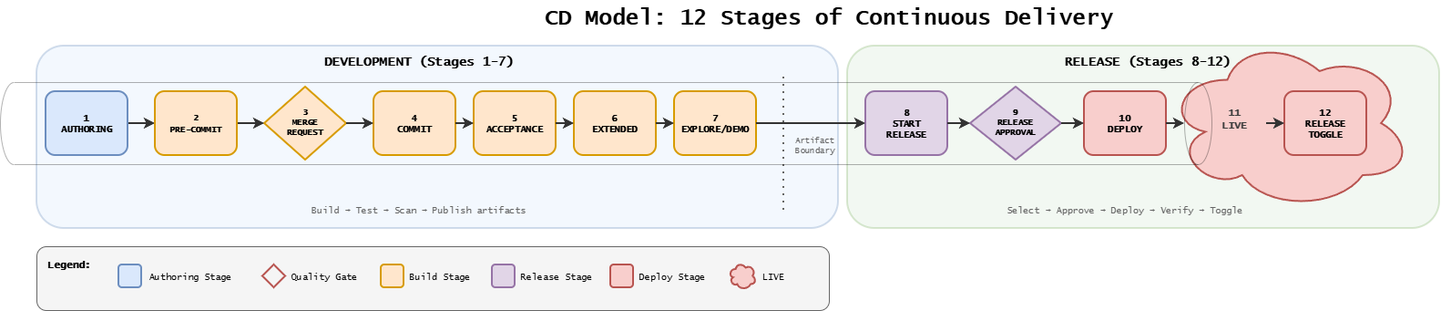
The draw.io diagram docs/assets/assisted/01-cd-model-12-stages.drawio.png in ready-to-release/eac, before a commit. Source tidied: cells renumbered, new cells last; positions are measured from the earlier drawing's top-left corner, leaving out a move shared by most shapes.
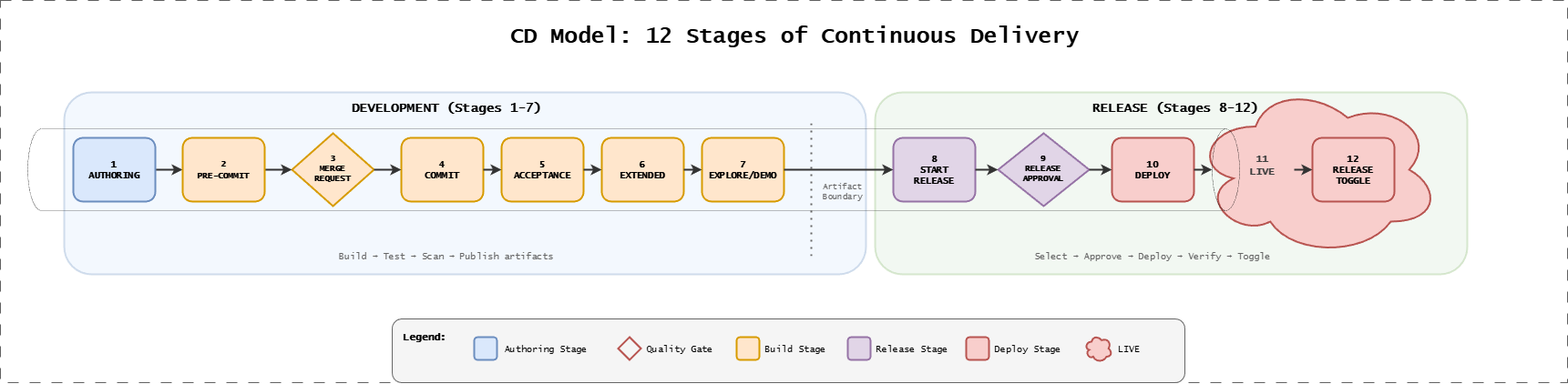
After the change.

Diff of the diagram source:
```diff
@@ -9,7 +9,7 @@
       <mxGeometry x="1280" y="40" width="270" height="190" as="geometry" />
     </mxCell>
     <mxCell id="4" value="CD Model: 12 Stages of Continuous Delivery" style="text;html=1;strokeColor=none;fillColor=none;align=center;verticalAlign=middle;whiteSpace=wrap;rounded=0;fontFamily=Lucida Console;fontStyle=1;fontSize=24;" parent="1" vertex="1">
-      <mxGeometry x="510" width="800" height="40" as="geometry" />
+      <mxGeometry x="442.5" y="-31" width="800" height="40" as="geometry" />
     </mxCell>
     <mxCell id="5" style="rounded=1;whiteSpace=wrap;html=1;fillColor=#dae8fc;strokeColor=#6c8ebf;strokeWidth=2;opacity=30;" parent="1" vertex="1">
       <mxGeometry x="40" y="50" width="880" height="200" as="geometry" />
@@ -122,12 +122,6 @@
         <mxPoint x="1410" y="135" as="targetPoint" />
       </mxGeometry>
     </mxCell>
-    <mxCell id="30" style="rounded=1;whiteSpace=wrap;html=1;fillColor=#f5f5f5;strokeColor=#666666;strokeWidth=1;" parent="1" vertex="1">
-      <mxGeometry x="40" y="270" width="870" height="70" as="geometry" />
-    </mxCell>
-    <mxCell id="31" value="Legend:" style="text;html=1;strokeColor=none;fillColor=none;align=left;verticalAlign=middle;whiteSpace=wrap;rounded=0;fontFamily=Lucida Console;fontStyle=1;fontSize=11;" parent="1" vertex="1">
-      <mxGeometry x="50" y="280" width="60" height="20" as="geometry" />
-    </mxCell>
     <mxCell id="32" value="Build → Test → Scan → Publish artifacts" style="text;html=1;strokeColor=none;fillColor=none;align=center;verticalAlign=middle;whiteSpace=wrap;rounded=0;fontFamily=Lucida Console;fontSize=10;fontColor=#666666;" parent="1" vertex="1">
       <mxGeometry x="310" y="220" width="300" height="20" as="geometry" />
     </mxCell>
@@ -143,8 +137,23 @@
     <mxCell id="36" value="&lt;b style=&quot;forced-color-adjust: none; color: rgb(63, 63, 63); scrollbar-color: rgb(226, 226, 226) rgb(251, 251, 251); font-size: 12px; font-style: normal; font-variant-ligatures: normal; font-variant-caps: normal; letter-spacing: normal; orphans: 2; text-indent: 0px; text-transform: none; widows: 2; word-spacing: 0px; -webkit-text-stroke-width: 0px; white-space: normal; text-decoration-thickness: initial; text-decoration-style: initial; text-decoration-color: initial;&quot;&gt;&lt;font style=&quot;forced-color-adjust: none; color: rgb(63, 63, 63); scrollbar-color: rgb(226, 226, 226) rgb(251, 251, 251); font-size: 11px;&quot;&gt;11&lt;br style=&quot;forced-color-adjust: none; color: rgb(63, 63, 63); scrollbar-color: rgb(226, 226, 226) rgb(251, 251, 251);&quot;&gt;LIVE&lt;/font&gt;&lt;/b&gt;" style="text;whiteSpace=wrap;html=1;align=center;fontFamily=Lucida Console;labelBackgroundColor=none;" parent="1" vertex="1">
       <mxGeometry x="1320" y="110" width="70" height="50" as="geometry" />
     </mxCell>
+    <mxCell id="55" style="shape=cylinder3;whiteSpace=wrap;html=1;boundedLbl=1;backgroundOutline=1;size=15;fillColor=none;direction=south;strokeWidth=0.3;" parent="1" vertex="1">
+      <mxGeometry y="90" width="1330" height="90" as="geometry" />
+    </mxCell>
+    <mxCell id="56" style="group;strokeColor=#616161;dashed=1;dashPattern=12 12;fontFamily=Lucida Console;fontSize=19;fontStyle=1;" parent="1" vertex="1">
+      <mxGeometry x="-30" y="-51" width="1720" height="420" as="geometry" />
+    </mxCell>
+    <mxCell id="57" style="group;" parent="1" vertex="1">
+      <mxGeometry x="400" y="299" width="870" height="70" as="geometry" />
+    </mxCell>
+    <mxCell id="30" style="rounded=1;whiteSpace=wrap;html=1;fillColor=#f5f5f5;strokeColor=#666666;strokeWidth=1;" parent="57" vertex="1">
+      <mxGeometry width="870" height="70" as="geometry" />
+    </mxCell>
+    <mxCell id="31" value="Legend:" style="text;html=1;strokeColor=none;fillColor=none;align=left;verticalAlign=middle;whiteSpace=wrap;rounded=0;fontFamily=Lucida Console;fontStyle=1;fontSize=11;" parent="57" vertex="1">
+      <mxGeometry x="10" y="10" width="60" height="20" as="geometry" />
+    </mxCell>
-    <mxCell id="37" style="group;" parent="1" vertex="1">
-      <mxGeometry x="800" y="287.5" width="85" height="30" as="geometry" />
+    <mxCell id="37" style="group;" parent="57" vertex="1">
+      <mxGeometry x="760" y="17.5" width="85" height="30" as="geometry" />
     </mxCell>
     <mxCell id="38" style="ellipse;shape=cloud;whiteSpace=wrap;html=1;fillColor=#f8cecc;strokeColor=#b85450;strokeWidth=2;" parent="37" vertex="1">
       <mxGeometry width="30" height="30" as="geometry" />
@@ -152,8 +161,8 @@
     <mxCell id="39" value="LIVE" style="text;html=1;strokeColor=none;fillColor=none;align=left;verticalAlign=middle;whiteSpace=wrap;rounded=0;fontFamily=Lucida Console;fontSize=10;" parent="37" vertex="1">
       <mxGeometry x="35" y="2.5" width="50" height="25" as="geometry" />
     </mxCell>
-    <mxCell id="40" style="group;" parent="1" vertex="1">
-      <mxGeometry x="670" y="290" width="120" height="25" as="geometry" />
+    <mxCell id="40" style="group;" parent="57" vertex="1">
+      <mxGeometry x="630" y="20" width="120" height="25" as="geometry" />
     </mxCell>
     <mxCell id="41" style="rounded=1;whiteSpace=wrap;html=1;fillColor=#f8cecc;strokeColor=#b85450;strokeWidth=2;" parent="40" vertex="1">
       <mxGeometry width="25" height="25" as="geometry" />
@@ -161,8 +170,8 @@
     <mxCell id="42" value="Deploy Stage" style="text;html=1;strokeColor=none;fillColor=none;align=left;verticalAlign=middle;whiteSpace=wrap;rounded=0;fontFamily=Lucida Console;fontSize=10;" parent="40" vertex="1">
       <mxGeometry x="30" width="90" height="25" as="geometry" />
     </mxCell>
-    <mxCell id="43" style="group;" parent="1" vertex="1">
-      <mxGeometry x="540" y="290" width="130" height="25" as="geometry" />
+    <mxCell id="43" style="group;" parent="57" vertex="1">
+      <mxGeometry x="500" y="20" width="130" height="25" as="geometry" />
     </mxCell>
     <mxCell id="44" style="rounded=1;whiteSpace=wrap;html=1;fillColor=#e1d5e7;strokeColor=#9673a6;strokeWidth=2;" parent="43" vertex="1">
       <mxGeometry width="25" height="25" as="geometry" />
@@ -170,8 +179,8 @@
     <mxCell id="45" value="Release Stage" style="text;html=1;strokeColor=none;fillColor=none;align=left;verticalAlign=middle;whiteSpace=wrap;rounded=0;fontFamily=Lucida Console;fontSize=10;" parent="43" vertex="1">
       <mxGeometry x="30" width="100" height="25" as="geometry" />
     </mxCell>
-    <mxCell id="46" style="group;" parent="1" vertex="1">
-      <mxGeometry x="418" y="290" width="110" height="25" as="geometry" />
+    <mxCell id="46" style="group;" parent="57" vertex="1">
+      <mxGeometry x="378" y="20" width="110" height="25" as="geometry" />
     </mxCell>
     <mxCell id="47" style="rounded=1;whiteSpace=wrap;html=1;fillColor=#ffe6cc;strokeColor=#d79b00;strokeWidth=2;" parent="46" vertex="1">
       <mxGeometry width="25" height="25" as="geometry" />
@@ -179,8 +188,8 @@
     <mxCell id="48" value="Build Stage" style="text;html=1;strokeColor=none;fillColor=none;align=left;verticalAlign=middle;whiteSpace=wrap;rounded=0;fontFamily=Lucida Console;fontSize=10;" parent="46" vertex="1">
       <mxGeometry x="30" width="80" height="25" as="geometry" />
     </mxCell>
-    <mxCell id="49" style="group;" parent="1" vertex="1">
-      <mxGeometry x="288" y="290" width="120" height="25" as="geometry" />
+    <mxCell id="49" style="group;" parent="57" vertex="1">
+      <mxGeometry x="248" y="20" width="120" height="25" as="geometry" />
     </mxCell>
     <mxCell id="50" style="rhombus;whiteSpace=wrap;html=1;fillColor=none;strokeColor=#b85450;strokeWidth=2;" parent="49" vertex="1">
       <mxGeometry width="25" height="25" as="geometry" />
@@ -188,8 +197,8 @@
     <mxCell id="51" value="Quality Gate" style="text;html=1;strokeColor=none;fillColor=none;align=left;verticalAlign=middle;whiteSpace=wrap;rounded=0;fontFamily=Lucida Console;fontSize=10;" parent="49" vertex="1">
       <mxGeometry x="30" width="90" height="25" as="geometry" />
     </mxCell>
-    <mxCell id="52" style="group;" parent="1" vertex="1">
-      <mxGeometry x="130" y="290" width="132" height="25" as="geometry" />
+    <mxCell id="52" style="group;" parent="57" vertex="1">
+      <mxGeometry x="90" y="20" width="132" height="25" as="geometry" />
     </mxCell>
     <mxCell id="53" style="rounded=1;whiteSpace=wrap;html=1;fillColor=#dae8fc;strokeColor=#6c8ebf;strokeWidth=2;" parent="52" vertex="1">
       <mxGeometry width="25" height="25" as="geometry" />
@@ -197,8 +206,5 @@
     <mxCell id="54" value="Authoring Stage" style="text;html=1;strokeColor=none;fillColor=none;align=left;verticalAlign=middle;whiteSpace=wrap;rounded=0;fontFamily=Lucida Console;fontSize=10;" parent="52" vertex="1">
       <mxGeometry x="32" width="100" height="25" as="geometry" />
     </mxCell>
-    <mxCell id="55" style="shape=cylinder3;whiteSpace=wrap;html=1;boundedLbl=1;backgroundOutline=1;size=15;fillColor=none;direction=south;strokeWidth=0.3;" parent="1" vertex="1">
-      <mxGeometry y="90" width="1330" height="90" as="geometry" />
-    </mxCell>
   </root>
 </mxGraphModel>
```
